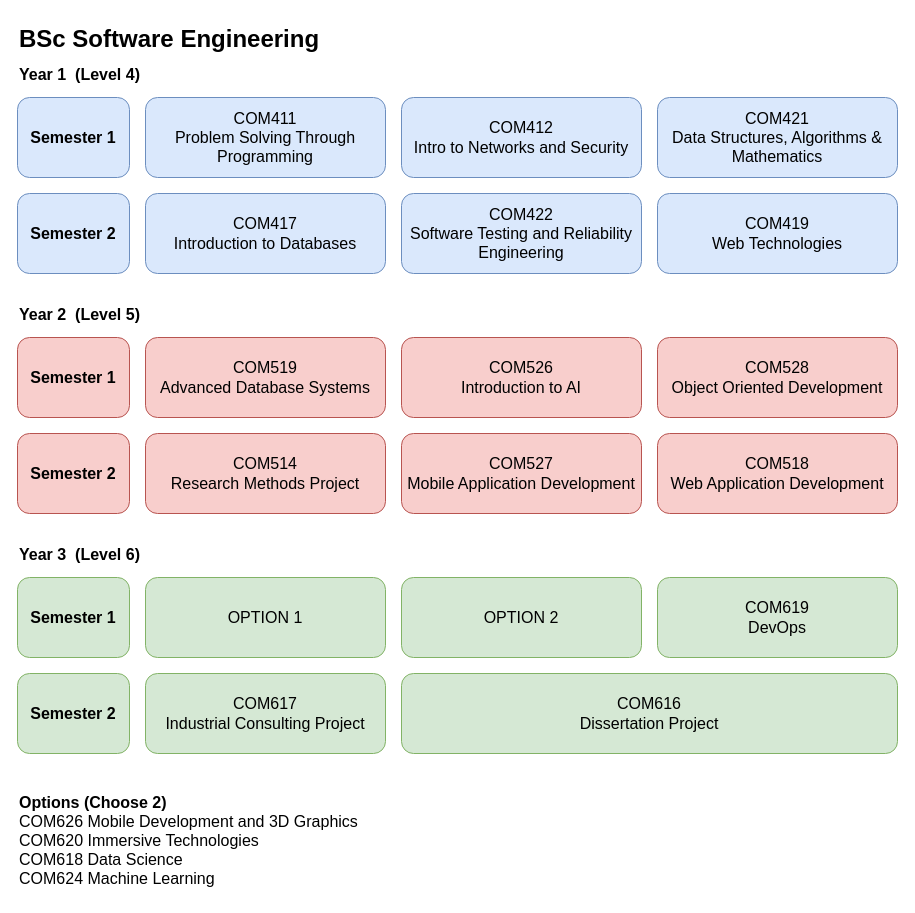
martinsolent/solent_diagrams keeps this draw.io diagram as page "BSc Software Engineering" (2 of 4) of ALL_UG_2023.drawio. Above is the earlier version. Source tidied: cells renumbered, new cells numbered last; positions are measured from the earlier drawing's top-left corner, leaving out a move shared by most shapes. Both pictures are drawn from the tidied source at 100%, with x=0, y=0 at pixel (17, 17).
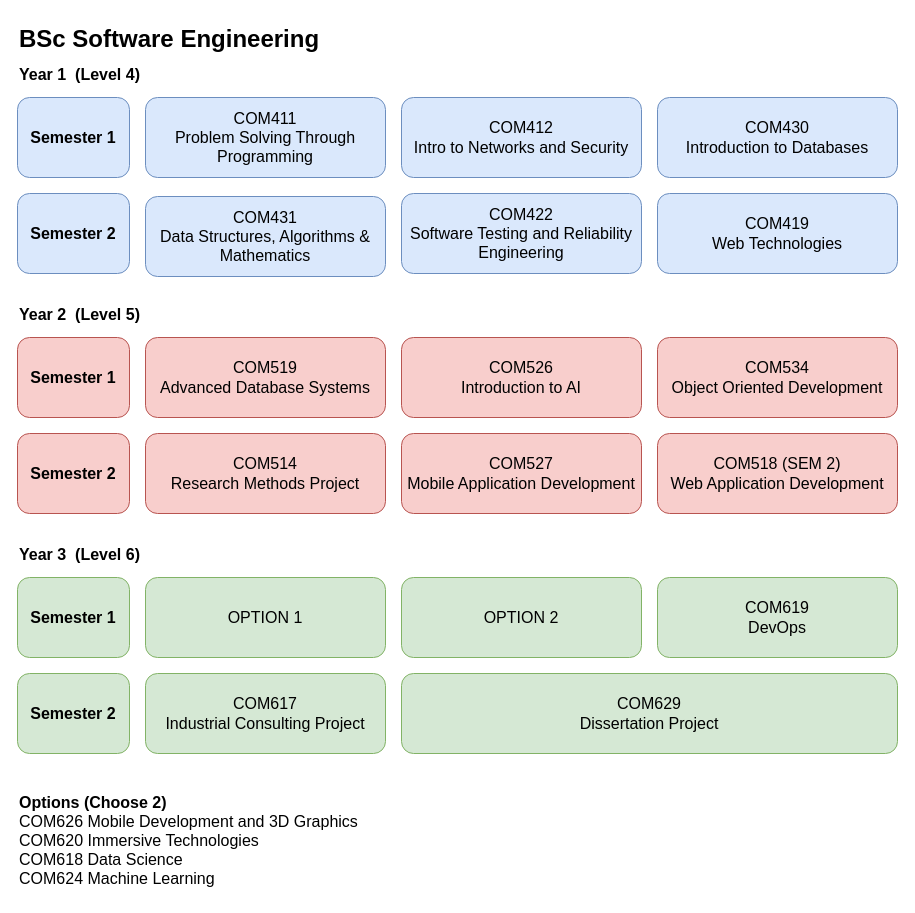
Above is the later version.

What changed in the source:
```diff
@@
-    <mxCell id="4" value="&lt;font style=&quot;font-size: 16px;&quot;&gt;COM421&lt;br&gt;Data Structures, Algorithms &amp;amp; Mathematics&lt;/font&gt;" style="rounded=1;whiteSpace=wrap;html=1;fillColor=#dae8fc;strokeColor=#6c8ebf;" parent="1" vertex="1">
-      <mxGeometry x="640" y="80" width="240" height="80" as="geometry" />
+    <mxCell id="4" value="&lt;font style=&quot;font-size: 16px;&quot;&gt;COM431&lt;br&gt;Data Structures, Algorithms &amp;amp; Mathematics&lt;/font&gt;" style="rounded=1;whiteSpace=wrap;html=1;fillColor=#dae8fc;strokeColor=#6c8ebf;" parent="1" vertex="1">
+      <mxGeometry x="128" y="179" width="240" height="80" as="geometry" />
     </mxCell>
@@
-    <mxCell id="6" value="&lt;font style=&quot;font-size: 16px;&quot;&gt;COM417&lt;br&gt;Introduction to Databases&lt;/font&gt;" style="rounded=1;whiteSpace=wrap;html=1;fillColor=#dae8fc;strokeColor=#6c8ebf;" parent="1" vertex="1">
-      <mxGeometry x="128" y="176" width="240" height="80" as="geometry" />
+    <mxCell id="6" value="&lt;font style=&quot;font-size: 16px;&quot;&gt;COM430&lt;br&gt;Introduction to Databases&lt;/font&gt;" style="rounded=1;whiteSpace=wrap;html=1;fillColor=#dae8fc;strokeColor=#6c8ebf;" parent="1" vertex="1">
+      <mxGeometry x="640" y="80" width="240" height="80" as="geometry" />
     </mxCell>
@@
-    <mxCell id="14" value="&lt;font style=&quot;font-size: 16px;&quot;&gt;COM528 &lt;br&gt;Object Oriented Development&lt;/font&gt;" style="rounded=1;whiteSpace=wrap;html=1;fillColor=#f8cecc;strokeColor=#b85450;" parent="1" vertex="1">
+    <mxCell id="14" value="&lt;font style=&quot;font-size: 16px;&quot;&gt;COM534&lt;br&gt;Object Oriented Development&lt;/font&gt;" style="rounded=1;whiteSpace=wrap;html=1;fillColor=#f8cecc;strokeColor=#b85450;" parent="1" vertex="1">
       <mxGeometry x="640" y="320" width="240" height="80" as="geometry" />
     </mxCell>
@@
-    <mxCell id="18" value="&lt;font style=&quot;font-size: 16px;&quot;&gt;COM518&lt;br&gt;Web Application Development&lt;/font&gt;" style="rounded=1;whiteSpace=wrap;html=1;fillColor=#f8cecc;strokeColor=#b85450;" parent="1" vertex="1">
+    <mxCell id="18" value="&lt;font style=&quot;font-size: 16px;&quot;&gt;COM518 (SEM 2)&lt;br&gt;Web Application Development&lt;/font&gt;" style="rounded=1;whiteSpace=wrap;html=1;fillColor=#f8cecc;strokeColor=#b85450;" parent="1" vertex="1">
       <mxGeometry x="640" y="416" width="240" height="80" as="geometry" />
     </mxCell>
@@
-    <mxCell id="26" value="&lt;font style=&quot;font-size: 16px;&quot;&gt;COM616&lt;br&gt;Dissertation Project &lt;/font&gt;" style="rounded=1;whiteSpace=wrap;html=1;fillColor=#d5e8d4;strokeColor=#82b366;" parent="1" vertex="1">
+    <mxCell id="26" value="&lt;font style=&quot;font-size: 16px;&quot;&gt;COM629&lt;br&gt;Dissertation Project &lt;/font&gt;" style="rounded=1;whiteSpace=wrap;html=1;fillColor=#d5e8d4;strokeColor=#82b366;" parent="1" vertex="1">
       <mxGeometry x="384" y="656" width="496" height="80" as="geometry" />
     </mxCell>
```
